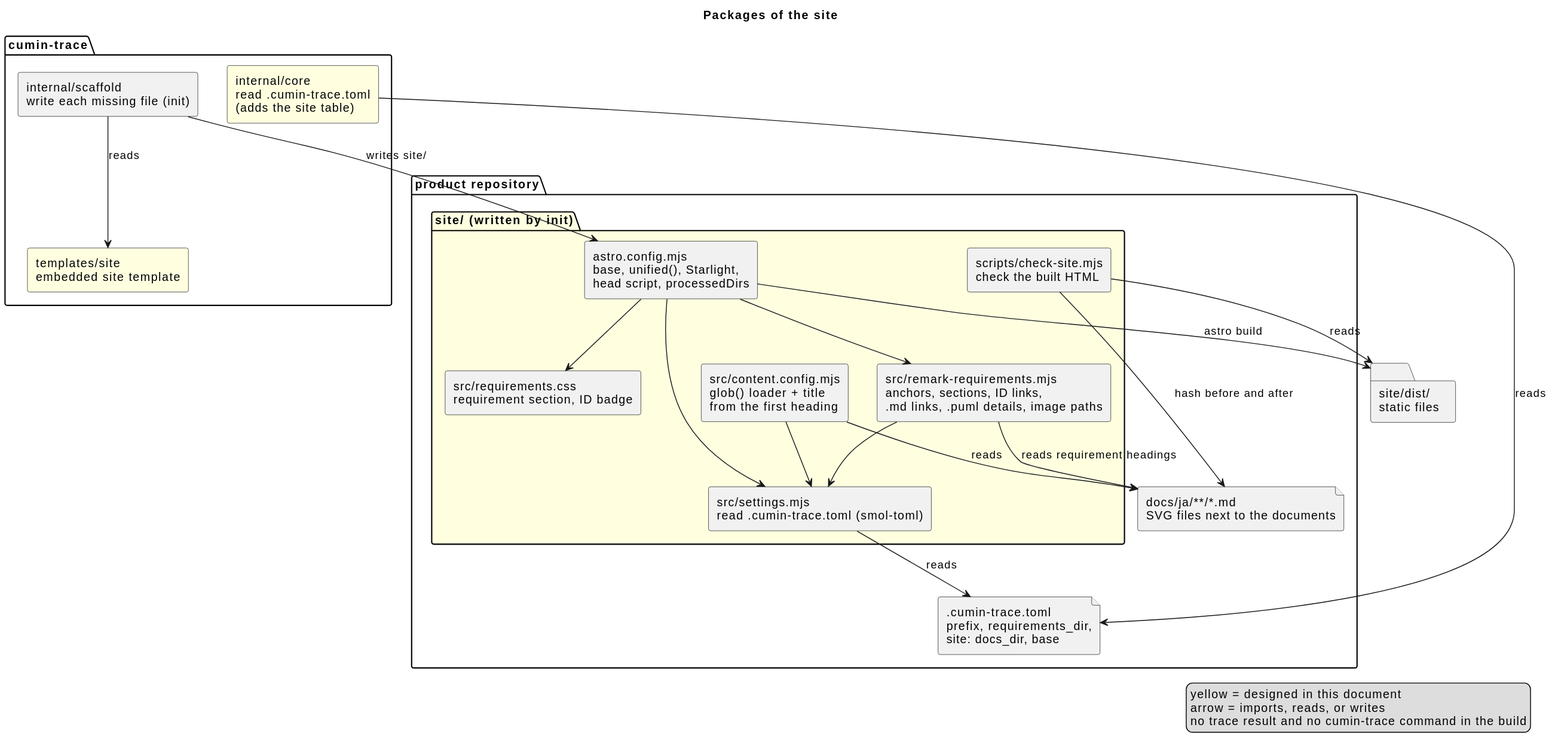
This is docs/ja/designs/site/site-packages.svg from cloveclovedev/cumin-trace, a PlantUML export, as it was before one commit.
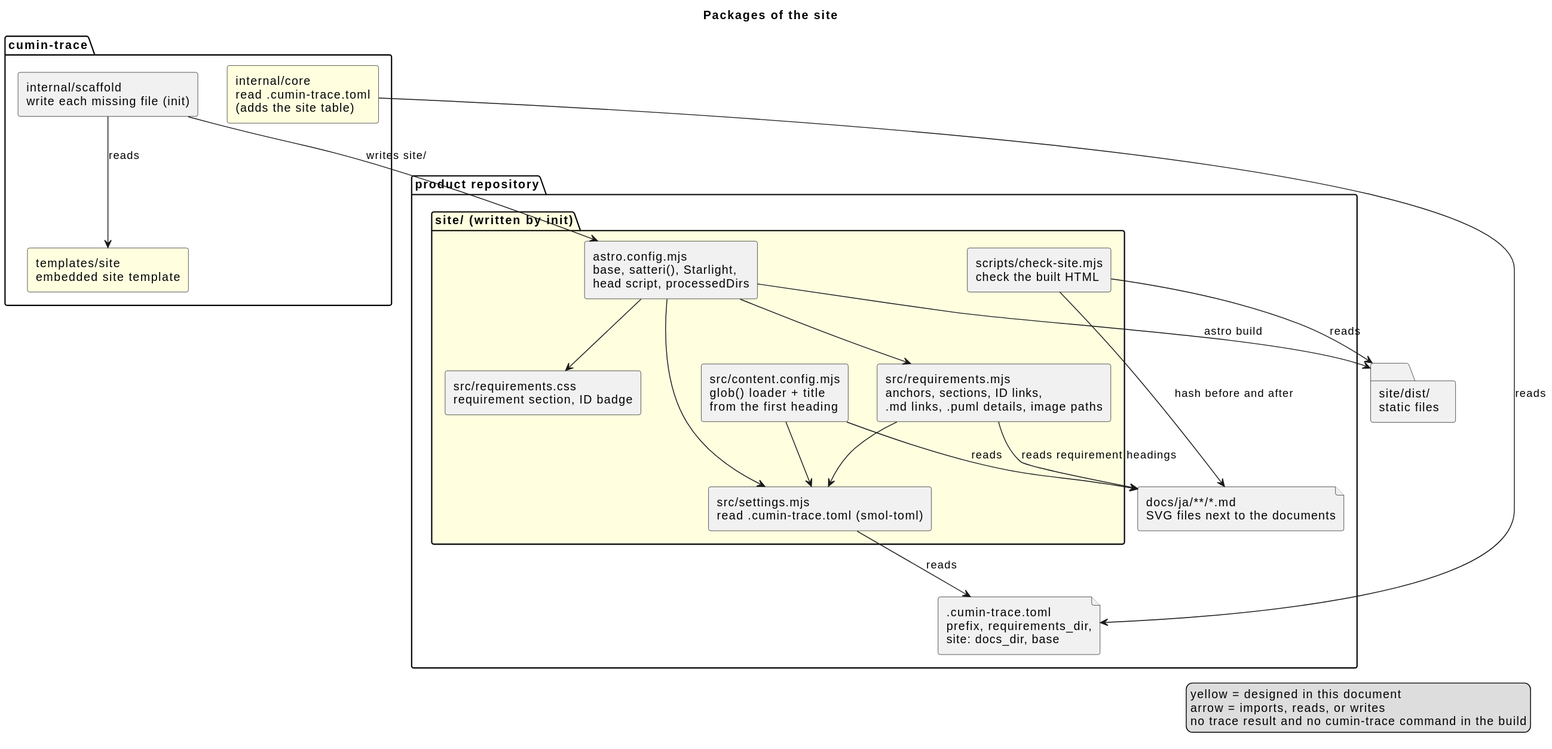
The same file after the commit.

The edit, as a diff of the source:
```diff
@@ -13,10 +13,10 @@
   file ".cumin-trace.toml\nprefix, requirements_dir,\nsite: docs_dir, base" as toml
   file "docs/ja/**/*.md\nSVG files next to the documents" as docs
   package "site/ (written by init)" #LightYellow {
-    [astro.config.mjs\nbase, unified(), Starlight,\nhead script, processedDirs] as config
+    [astro.config.mjs\nbase, satteri(), Starlight,\nhead script, processedDirs] as config
     [src/settings.mjs\nread .cumin-trace.toml (smol-toml)] as settings
     [src/content.config.mjs\nglob() loader + title\nfrom the first heading] as loader
-    [src/remark-requirements.mjs\nanchors, sections, ID links,\n.md links, .puml details, image paths] as remark
+    [src/requirements.mjs\nanchors, sections, ID links,\n.md links, .puml details, image paths] as remark
     [src/requirements.css\nrequirement section, ID badge] as css
     [scripts/check-site.mjs\ncheck the built HTML] as check
   }
```
